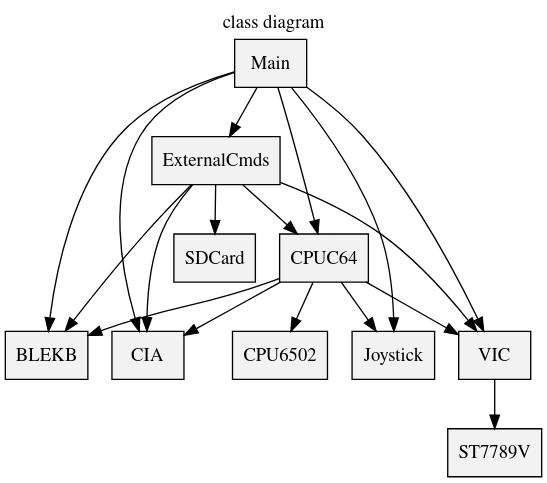
retroelec/T-HMI-C64 keeps this Graphviz diagram as doc/classdiagram.png. Above is the earlier version. Its source is kept beside it as doc/classdiagram.gv. Source of this version:
```dot
digraph T_HMI_C64 {
  graph [
    label="class diagram"
    labelloc="t"
  ]
  node [
    shape=record
    style=filled
    fillcolor=gray95
  ]
  Main -> BLEKB
  Main -> CIA
  Main -> CPUC64
  Main -> ExternalCmds
  Main -> Joystick
  Main -> VIC
  ExternalCmds -> BLEKB
  ExternalCmds -> CIA
  ExternalCmds -> CPUC64
  ExternalCmds -> SDCard
  ExternalCmds -> VIC
  CPUC64 -> BLEKB
  CPUC64 -> CIA
  CPUC64 -> CPU6502
  CPUC64 -> Joystick
  CPUC64 -> VIC
  VIC -> ST7789V
}
```
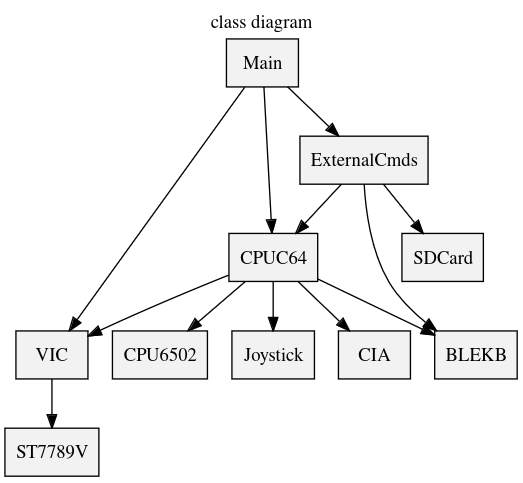
The same file after the commit.

The edit, as a diff of the source:
```diff
@@ -8,17 +8,12 @@
     style=filled
     fillcolor=gray95
   ]
-  Main -> BLEKB
-  Main -> CIA
   Main -> CPUC64
   Main -> ExternalCmds
-  Main -> Joystick
   Main -> VIC
   ExternalCmds -> BLEKB
-  ExternalCmds -> CIA
   ExternalCmds -> CPUC64
   ExternalCmds -> SDCard
-  ExternalCmds -> VIC
   CPUC64 -> BLEKB
   CPUC64 -> CIA
   CPUC64 -> CPU6502
```
